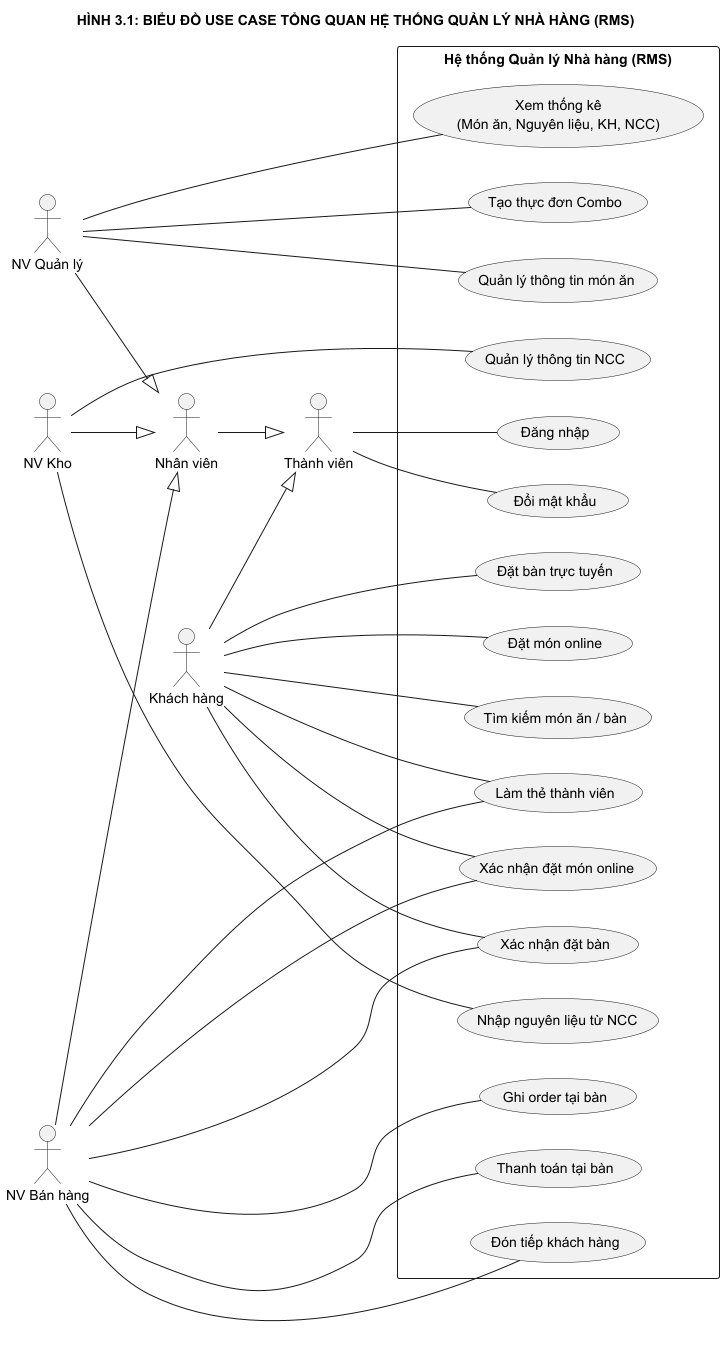
The PlantUML diagram docs/diagrams/Spec_01_UseCase_TongQuan.png in NEWBIE1005/RMS_RestaurantManagementSystem, before a commit. Its diagram source:
```plantuml
@startuml Spec_01_UseCase_TongQuan
left to right direction
skinparam packageStyle rectangle
skinparam monochrome true
skinparam shadowing false

title HÌNH 3.1: BIỂU ĐỒ USE CASE TỔNG QUAN HỆ THỐNG QUẢN LÝ NHÀ HÀNG (RMS)

actor "Thành viên" as Member
actor "Nhân viên" as Staff
actor "Khách hàng" as Customer
actor "NV Quản lý" as Manager
actor "NV Kho" as Warehouse
actor "NV Bán hàng" as Sale

Staff --|> Member
Customer --|> Member
Manager --|> Staff
Warehouse --|> Staff
Sale --|> Staff

rectangle "Hệ thống Quản lý Nhà hàng (RMS)" {
    usecase "Đăng nhập" as UC_Login
    usecase "Đổi mật khẩu" as UC_ChangePwd

    usecase "Xem thống kê\n(Món ăn, Nguyên liệu, KH, NCC)" as UC_ViewStats
    usecase "Quản lý thông tin món ăn" as UC_ManageDish
    usecase "Tạo thực đơn Combo" as UC_MakeCombo

    usecase "Nhập nguyên liệu từ NCC" as UC_ImportMat
    usecase "Quản lý thông tin NCC" as UC_ManageSup

    usecase "Đón tiếp khách hàng" as UC_ReceiveCust
    usecase "Ghi order tại bàn" as UC_TakeOrder
    usecase "Thanh toán tại bàn" as UC_PayAtTable
    usecase "Làm thẻ thành viên" as UC_MakeCard
    usecase "Xác nhận đặt bàn" as UC_ConfirmRes
    usecase "Xác nhận đặt món online" as UC_ConfirmOrd

    usecase "Tìm kiếm món ăn / bàn" as UC_Search
    usecase "Đặt bàn trực tuyến" as UC_BookTable
    usecase "Đặt món online" as UC_OrderOnline
}

Member -- UC_Login
Member -- UC_ChangePwd

Manager -- UC_ViewStats
Manager -- UC_ManageDish
Manager -- UC_MakeCombo

Warehouse -- UC_ImportMat
Warehouse -- UC_ManageSup

Sale -- UC_ReceiveCust
Sale -- UC_TakeOrder
Sale -- UC_PayAtTable
Sale -- UC_MakeCard
Sale -- UC_ConfirmRes
Sale -- UC_ConfirmOrd

Customer -- UC_Search
Customer -- UC_BookTable
Customer -- UC_OrderOnline
Customer -- UC_MakeCard
Customer -- UC_ConfirmRes
Customer -- UC_ConfirmOrd

@enduml
```
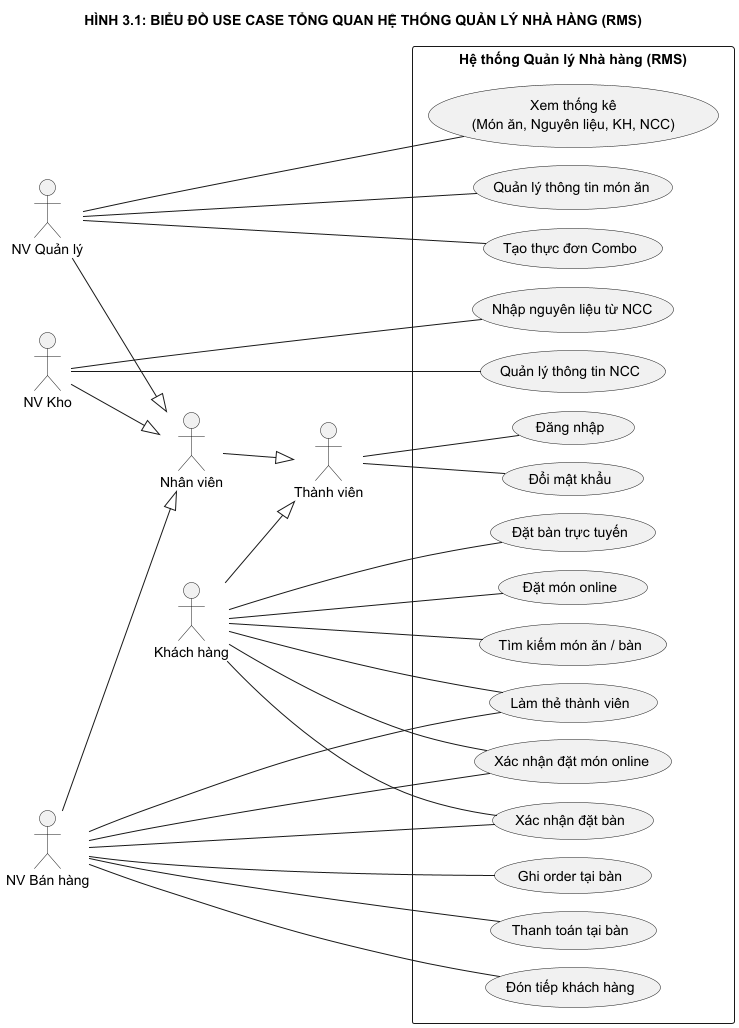
The same file after the commit.

Change to the diagram source:
```diff
@@ -3,15 +3,17 @@
 skinparam packageStyle rectangle
 skinparam monochrome true
 skinparam shadowing false
+skinparam nodesep 18
+skinparam ranksep 65
 
 title HÌNH 3.1: BIỂU ĐỒ USE CASE TỔNG QUAN HỆ THỐNG QUẢN LÝ NHÀ HÀNG (RMS)
 
 actor "Thành viên" as Member
 actor "Nhân viên" as Staff
-actor "Khách hàng" as Customer
 actor "NV Quản lý" as Manager
 actor "NV Kho" as Warehouse
 actor "NV Bán hàng" as Sale
+actor "Khách hàng" as Customer
 
 Staff --|> Member
 Customer --|> Member
@@ -20,15 +22,15 @@
 Sale --|> Staff
 
 rectangle "Hệ thống Quản lý Nhà hàng (RMS)" {
-    usecase "Đăng nhập" as UC_Login
-    usecase "Đổi mật khẩu" as UC_ChangePwd
-
     usecase "Xem thống kê\n(Món ăn, Nguyên liệu, KH, NCC)" as UC_ViewStats
     usecase "Quản lý thông tin món ăn" as UC_ManageDish
     usecase "Tạo thực đơn Combo" as UC_MakeCombo
 
+    usecase "Quản lý thông tin NCC" as UC_ManageSup
     usecase "Nhập nguyên liệu từ NCC" as UC_ImportMat
-    usecase "Quản lý thông tin NCC" as UC_ManageSup
+
+    usecase "Đăng nhập" as UC_Login
+    usecase "Đổi mật khẩu" as UC_ChangePwd
 
     usecase "Đón tiếp khách hàng" as UC_ReceiveCust
     usecase "Ghi order tại bàn" as UC_TakeOrder
@@ -49,8 +51,8 @@
 Manager -- UC_ManageDish
 Manager -- UC_MakeCombo
 
+Warehouse -- UC_ManageSup
 Warehouse -- UC_ImportMat
-Warehouse -- UC_ManageSup
 
 Sale -- UC_ReceiveCust
 Sale -- UC_TakeOrder
@@ -59,11 +61,11 @@
 Sale -- UC_ConfirmRes
 Sale -- UC_ConfirmOrd
 
+Customer -- UC_MakeCard
+Customer -- UC_ConfirmRes
+Customer -- UC_ConfirmOrd
 Customer -- UC_Search
 Customer -- UC_BookTable
 Customer -- UC_OrderOnline
-Customer -- UC_MakeCard
-Customer -- UC_ConfirmRes
-Customer -- UC_ConfirmOrd
 
 @enduml
```
